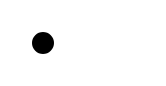
Earlier version of the draw.io diagram steg示意图.drawio (Zhou-AY/hello-world). Source tidied: cells renumbered, new cells numbered last; positions are measured from the earlier drawing's top-left corner, leaving out a move shared by most shapes. Both pictures are drawn from the tidied source at 200%, with x=0, y=0 at pixel (32, 32).
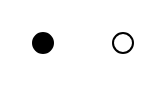
The same diagram, later.

Commit message (it also covers changes not shown here):
更新steg示意图.drawio

Change to the diagram source:
```diff
@@
 <mxGraphModel>
   <root>
     <mxCell id="0" />
     <mxCell id="1" parent="0" />
     <mxCell id="2" style="ellipse;whiteSpace=wrap;html=1;fillColor=#000000;" parent="1" vertex="1">
       <mxGeometry width="10" height="10" as="geometry" />
     </mxCell>
+    <mxCell id="3" style="ellipse;whiteSpace=wrap;html=1;fillColor=none;" parent="1" vertex="1">
+      <mxGeometry x="40" width="10" height="10" as="geometry" />
+    </mxCell>
   </root>
 </mxGraphModel>
```
